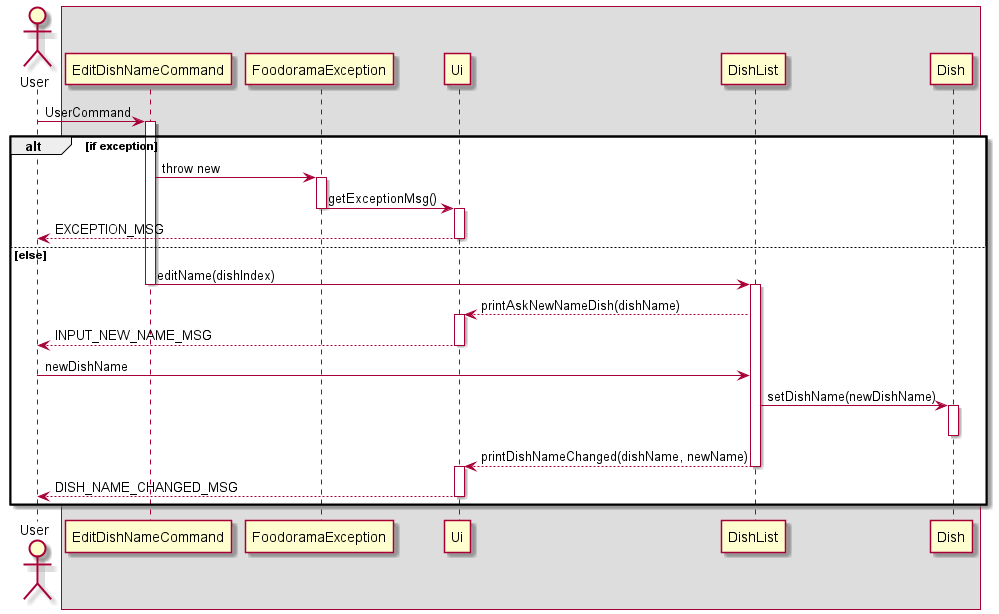
Above: docs/images/edit_dish_name_sequence.png in nus-cs2113-AY2122S1/tp (PlantUML), before the change. The source it was exported from:
```plantuml
@startuml

Actor User
Box

User -> EditDishNameCommand: UserCommand
alt if exception
activate EditDishNameCommand
EditDishNameCommand -> FoodoramaException: throw new
activate FoodoramaException
FoodoramaException -> Ui: getExceptionMsg()
deactivate FoodoramaException
activate Ui
User <-- Ui : EXCEPTION_MSG
deactivate Ui

else else
EditDishNameCommand->DishList: editName(dishIndex)
deactivate EditDishNameCommand
activate DishList


DishList --> Ui: printAskNewNameDish(dishName)
activate Ui
User <--Ui: INPUT_NEW_NAME_MSG
deactivate Ui

User->DishList: newDishName
DishList -> Dish: setDishName(newDishName)
activate Dish
deactivate Dish
DishList --> Ui: printDishNameChanged(dishName, newName)
deactivate DishList
activate Ui
User <-- Ui: DISH_NAME_CHANGED_MSG
deactivate Ui

end





@enduml
```
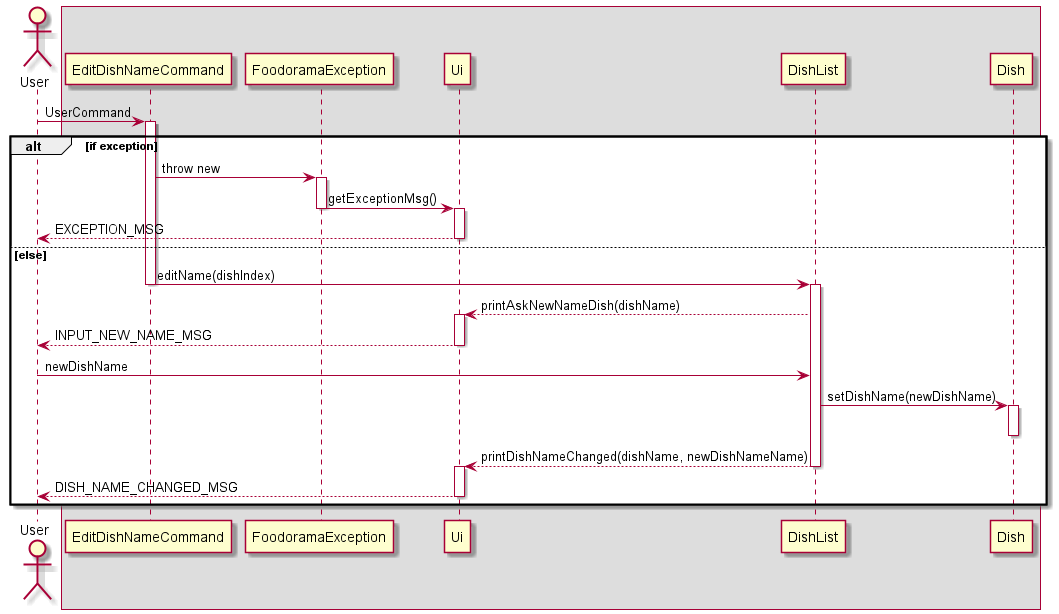
The same file after the commit.

What changed in the source:
```diff
@@ -29,7 +29,8 @@
 DishList -> Dish: setDishName(newDishName)
 activate Dish
 deactivate Dish
-DishList --> Ui: printDishNameChanged(dishName, newName)
+DishList --> Ui: printDishNameChanged(dishName, newDishNameName)
+
 deactivate DishList
 activate Ui
 User <-- Ui: DISH_NAME_CHANGED_MSG
```
